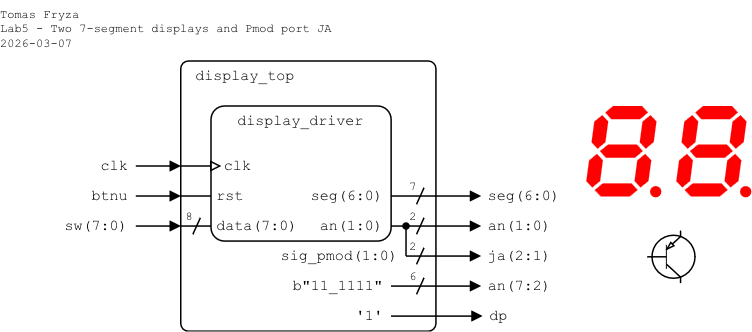
The draw.io diagram lab5-display/images/top-level_ver2.png in tomas-fryza/vhdl-examples, before a commit. Source tidied: cells renumbered, new cells last; positions are measured from the earlier drawing's top-left corner, leaving out a move shared by most shapes.
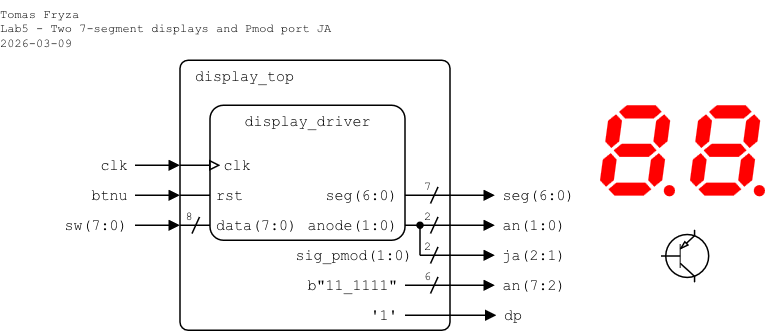
The same file after the commit.

Diff of the diagram source:
```diff
@@ -3,7 +3,7 @@
     <mxCell id="0" />
     <mxCell id="1" parent="0" />
     <mxCell id="2" value="display_top" style="rounded=1;arcSize=3;whiteSpace=wrap;html=1;align=left;verticalAlign=top;fontFamily=Courier New;absoluteArcSize=0;fillColor=none;fontSize=10;spacingLeft=10;imageHeight=24;spacing=0;" parent="1" vertex="1">
-      <mxGeometry x="120" y="40" width="170" height="180" as="geometry" />
+      <mxGeometry x="110" y="40" width="180" height="180" as="geometry" />
     </mxCell>
     <mxCell id="3" style="endArrow=block;html=1;rounded=0;endFill=1;endSize=5;startSize=5;" parent="1" edge="1">
       <mxGeometry relative="1" as="geometry">
@@ -53,8 +53,8 @@
         <mxPoint x="277" y="195.5" as="targetPoint" />
       </mxGeometry>
     </mxCell>
-    <mxCell id="14" value="&lt;div&gt;Tomas Fryza&lt;/div&gt;&lt;div&gt;Lab5 - Two 7-segment displays and Pmod port JA&lt;/div&gt;&lt;div&gt;2026-03-07&lt;/div&gt;" style="text;html=1;align=left;verticalAlign=top;whiteSpace=wrap;rounded=0;fontFamily=Courier New;fontSize=8;fillOpacity=100;spacing=0;spacingLeft=0;" parent="1" vertex="1">
-      <mxGeometry width="240" height="40" as="geometry" />
+    <mxCell id="14" value="&lt;div&gt;Tomas Fryza&lt;/div&gt;&lt;div&gt;Lab5 - Two 7-segment displays and Pmod port JA&lt;/div&gt;&lt;div&gt;2026-03-09&lt;/div&gt;" style="text;html=1;align=left;verticalAlign=top;whiteSpace=wrap;rounded=0;fontFamily=Courier New;fontSize=8;fillOpacity=100;spacing=0;spacingLeft=0;" parent="1" vertex="1">
+      <mxGeometry x="-10" width="240" height="40" as="geometry" />
     </mxCell>
     <mxCell id="15" style="endArrow=block;html=1;rounded=0;endFill=1;orthogonal=1;endSize=5;startSize=5;" parent="1" edge="1">
       <mxGeometry relative="1" as="geometry">
@@ -103,74 +103,74 @@
     </mxCell>
     <mxCell id="26" style="endArrow=block;html=1;rounded=0;endFill=1;endSize=5;startSize=5;" parent="1" edge="1">
       <mxGeometry relative="1" as="geometry">
-        <mxPoint x="90" y="130" as="sourcePoint" />
-        <mxPoint x="120" y="130" as="targetPoint" />
+        <mxPoint x="80" y="130" as="sourcePoint" />
+        <mxPoint x="110" y="130" as="targetPoint" />
       </mxGeometry>
     </mxCell>
     <mxCell id="27" value="&lt;div align=&quot;right&quot;&gt;btnu&lt;/div&gt;" style="text;html=1;align=right;verticalAlign=middle;whiteSpace=wrap;rounded=0;fontFamily=Courier New;fontSize=10;fillOpacity=100;spacing=0;spacingLeft=0;spacingRight=5;" parent="1" vertex="1">
-      <mxGeometry x="50" y="120" width="39.6" height="20" as="geometry" />
+      <mxGeometry x="40" y="120" width="39.6" height="20" as="geometry" />
     </mxCell>
     <mxCell id="28" style="endArrow=block;html=1;rounded=0;endFill=1;endSize=5;startSize=5;" parent="1" edge="1">
       <mxGeometry relative="1" as="geometry">
-        <mxPoint x="90" y="110" as="sourcePoint" />
-        <mxPoint x="120" y="110" as="targetPoint" />
+        <mxPoint x="80" y="110" as="sourcePoint" />
+        <mxPoint x="110" y="110" as="targetPoint" />
       </mxGeometry>
     </mxCell>
     <mxCell id="29" value="clk" style="text;html=1;align=right;verticalAlign=middle;whiteSpace=wrap;rounded=0;fontFamily=Courier New;fontSize=10;fillOpacity=100;spacing=0;spacingLeft=0;spacingRight=5;" parent="1" vertex="1">
-      <mxGeometry x="60" y="100" width="30" height="20" as="geometry" />
+      <mxGeometry x="50" y="100" width="30" height="20" as="geometry" />
     </mxCell>
     <mxCell id="30" value="display_driver" style="rounded=1;arcSize=10;align=center;verticalAlign=top;fontFamily=Courier New;absoluteArcSize=0;fillColor=none;fixDash=0;fontSize=10;spacingLeft=0;labelBorderColor=none;spacingTop=0;spacing=0;labelBackgroundColor=none;whiteSpace=wrap;html=1;strokeWidth=1;shadow=0;glass=0;" parent="1" vertex="1">
-      <mxGeometry x="140" y="70" width="120" height="90" as="geometry" />
+      <mxGeometry x="130" y="70" width="130" height="90" as="geometry" />
     </mxCell>
     <mxCell id="31" value="rst" style="text;html=1;align=left;verticalAlign=middle;whiteSpace=wrap;rounded=0;fontFamily=Courier New;fontSize=10;fillOpacity=100;spacingLeft=5;spacing=0;" parent="1" vertex="1">
-      <mxGeometry x="139.4" y="120" width="30.6" height="20" as="geometry" />
+      <mxGeometry x="129.4" y="120" width="30.6" height="20" as="geometry" />
     </mxCell>
     <mxCell id="32" value="clk" style="text;html=1;align=left;verticalAlign=middle;whiteSpace=wrap;rounded=0;fontFamily=Courier New;fontSize=10;fillOpacity=100;spacing=0;spacingLeft=10;" parent="1" vertex="1">
-      <mxGeometry x="139.4" y="100" width="40.6" height="20" as="geometry" />
+      <mxGeometry x="129.4" y="100" width="40.6" height="20" as="geometry" />
     </mxCell>
     <mxCell id="33" style="endArrow=block;html=1;rounded=0;endFill=0;endSize=5;startSize=5;" parent="1" edge="1">
       <mxGeometry relative="1" as="geometry">
-        <mxPoint x="120" y="110" as="sourcePoint" />
-        <mxPoint x="147" y="110" as="targetPoint" />
+        <mxPoint x="110" y="110" as="sourcePoint" />
+        <mxPoint x="137" y="110" as="targetPoint" />
       </mxGeometry>
     </mxCell>
     <mxCell id="34" value="seg(6:0)" style="text;html=1;align=right;verticalAlign=middle;whiteSpace=wrap;rounded=0;fontFamily=Courier New;fontSize=10;fillOpacity=100;spacing=0;spacingRight=5;" parent="1" vertex="1">
       <mxGeometry x="200" y="120" width="60" height="20" as="geometry" />
     </mxCell>
     <mxCell id="35" value="data(7:0)" style="text;html=1;align=left;verticalAlign=middle;whiteSpace=wrap;rounded=0;fontFamily=Courier New;fontSize=10;fillOpacity=100;spacingLeft=5;spacing=0;" parent="1" vertex="1">
-      <mxGeometry x="139.4" y="140" width="60.6" height="20" as="geometry" />
+      <mxGeometry x="129.4" y="140" width="60.6" height="20" as="geometry" />
     </mxCell>
     <mxCell id="36" style="endArrow=none;html=1;rounded=0;endFill=0;endSize=5;startSize=5;" parent="1" edge="1">
       <mxGeometry relative="1" as="geometry">
-        <mxPoint x="120" y="130" as="sourcePoint" />
-        <mxPoint x="140" y="130" as="targetPoint" />
+        <mxPoint x="110" y="130" as="sourcePoint" />
+        <mxPoint x="130" y="130" as="targetPoint" />
       </mxGeometry>
     </mxCell>
-    <mxCell id="37" value="an(1:0)" style="text;html=1;align=right;verticalAlign=middle;whiteSpace=wrap;rounded=0;fontFamily=Courier New;fontSize=10;fillOpacity=100;spacing=0;spacingRight=5;" parent="1" vertex="1">
+    <mxCell id="37" value="anode(1:0)" style="text;html=1;align=right;verticalAlign=middle;whiteSpace=wrap;rounded=0;fontFamily=Courier New;fontSize=10;fillOpacity=100;spacing=0;spacingRight=5;" parent="1" vertex="1">
       <mxGeometry x="200" y="140" width="60" height="20" as="geometry" />
     </mxCell>
     <mxCell id="38" style="endArrow=block;html=1;rounded=0;endFill=1;endSize=5;startSize=5;" parent="1" edge="1">
       <mxGeometry relative="1" as="geometry">
-        <mxPoint x="90" y="150" as="sourcePoint" />
-        <mxPoint x="120" y="150" as="targetPoint" />
+        <mxPoint x="80" y="150" as="sourcePoint" />
+        <mxPoint x="110" y="150" as="targetPoint" />
       </mxGeometry>
     </mxCell>
     <mxCell id="39" value="sw(7:0)" style="text;html=1;align=right;verticalAlign=middle;whiteSpace=wrap;rounded=0;fontFamily=Courier New;fontSize=10;fillOpacity=100;spacing=0;spacingLeft=0;spacingRight=5;" parent="1" vertex="1">
-      <mxGeometry x="40" y="140" width="49.6" height="20" as="geometry" />
+      <mxGeometry x="30" y="140" width="49.6" height="20" as="geometry" />
     </mxCell>
     <mxCell id="40" style="endArrow=none;html=1;rounded=0;endFill=0;endSize=5;startSize=5;" parent="1" edge="1">
       <mxGeometry relative="1" as="geometry">
-        <mxPoint x="120" y="150" as="sourcePoint" />
-        <mxPoint x="140" y="150" as="targetPoint" />
+        <mxPoint x="110" y="150" as="sourcePoint" />
+        <mxPoint x="130" y="150" as="targetPoint" />
       </mxGeometry>
     </mxCell>
     <mxCell id="41" value="8" style="text;html=1;align=center;verticalAlign=middle;whiteSpace=wrap;rounded=0;fontFamily=Courier New;fontSize=8;fillOpacity=100;spacing=2;spacingRight=0;" parent="1" vertex="1">
-      <mxGeometry x="121" y="134" width="10" height="20" as="geometry" />
+      <mxGeometry x="111" y="134" width="10" height="20" as="geometry" />
     </mxCell>
     <mxCell id="42" style="endArrow=none;html=1;rounded=0;startArrow=none;startFill=0;endSize=4;startSize=4;" parent="1" edge="1">
       <mxGeometry relative="1" as="geometry">
-        <mxPoint x="133" y="144.5" as="sourcePoint" />
-        <mxPoint x="128" y="155.5" as="targetPoint" />
+        <mxPoint x="123" y="144.5" as="sourcePoint" />
+        <mxPoint x="118" y="155.5" as="targetPoint" />
       </mxGeometry>
     </mxCell>
     <mxCell id="43" value="sig_pmod(1:0)" style="text;html=1;align=right;verticalAlign=middle;whiteSpace=wrap;rounded=0;fontFamily=Courier New;fontSize=10;fillOpacity=100;spacing=0;spacingLeft=0;spacingRight=5;" parent="1" vertex="1">
```
